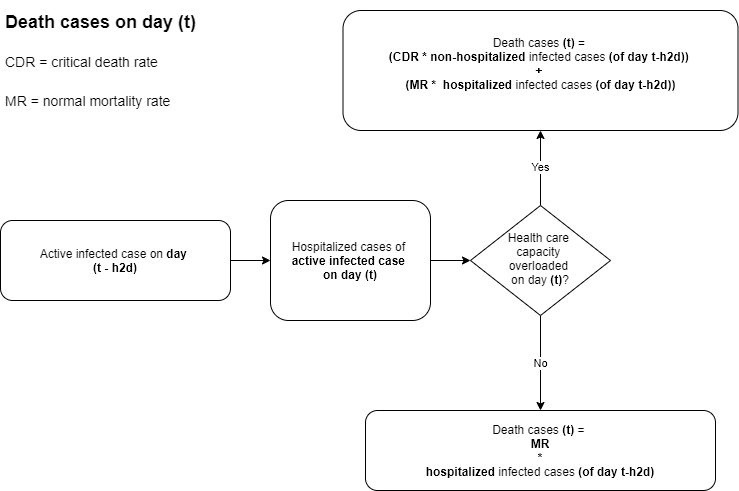
Before: img/death_rate.png, a diagram exported from draw.io (o0oBluePhoenixo0o/COVID_19-Social-Dist-Simulation). Source tidied: cells renumbered, new cells last; positions are measured from the earlier drawing's top-left corner, leaving out a move shared by most shapes.
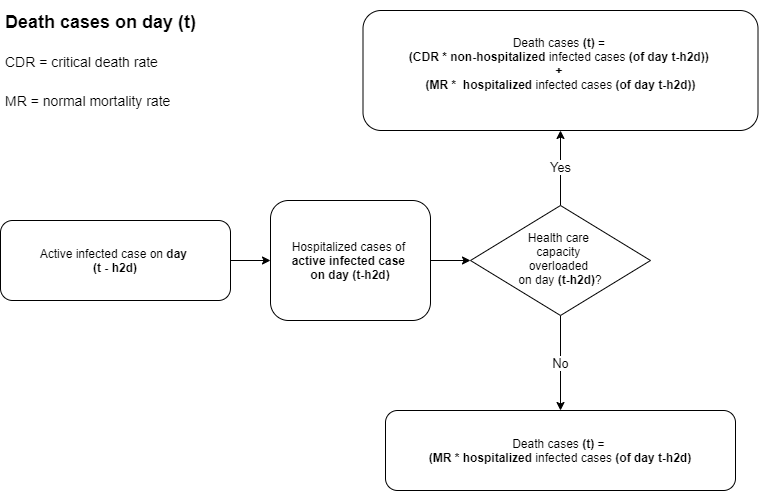
Above is the later version.

Diff of the diagram source:
```diff
@@ -1,35 +1,35 @@
 <mxGraphModel>
   <root>
-    <mxCell id="0" />
-    <mxCell id="1" parent="0" />
-    <mxCell id="2" style="edgeStyle=orthogonalEdgeStyle;rounded=0;jettySize=auto;html=1;" parent="1" edge="1" source="3" target="5">
-      <mxGeometry relative="1" as="geometry" />
-    </mxCell>
+    <mxCell id="12" />
+    <mxCell id="13" parent="12" />
+    <mxCell id="14" style="edgeStyle=orthogonalEdgeStyle;rounded=0;jettySize=auto;html=1;" parent="13" edge="1" source="3" target="16">
+      <mxGeometry relative="1" as="geometry" />
+    </mxCell>
-    <mxCell id="3" value="Active infected case on &lt;b&gt;day &lt;/b&gt;&lt;br&gt;&lt;b&gt;(t - h2d)&lt;/b&gt;" style="rounded=1;whiteSpace=wrap;html=1;fontSize=12;glass=0;strokeWidth=1;shadow=0;" parent="1" vertex="1">
+    <mxCell id="3" value="Active infected case on &lt;b&gt;day &lt;/b&gt;&lt;br&gt;&lt;b&gt;(t - h2d)&lt;/b&gt;" style="rounded=1;whiteSpace=wrap;html=1;fontSize=12;glass=0;strokeWidth=1;shadow=0;" parent="13" vertex="1">
       <mxGeometry y="210" width="230" height="80" as="geometry" />
     </mxCell>
-    <mxCell id="4" style="edgeStyle=orthogonalEdgeStyle;rounded=0;jettySize=auto;html=1;entryX=0;entryY=0.5;entryDx=0;entryDy=0;" parent="1" edge="1" source="5" target="8">
-      <mxGeometry relative="1" as="geometry" />
-    </mxCell>
-    <mxCell id="5" value="Hospitalized cases of &lt;br&gt;&lt;b&gt;active infected case &lt;br&gt;on&lt;/b&gt; &lt;b&gt;day (t)&lt;/b&gt;" style="rounded=1;whiteSpace=wrap;html=1;fontSize=12;glass=0;strokeWidth=1;shadow=0;" parent="1" vertex="1">
-      <mxGeometry x="270" y="190" width="160" height="120" as="geometry" />
-    </mxCell>
+    <mxCell id="15" style="edgeStyle=orthogonalEdgeStyle;rounded=0;jettySize=auto;html=1;entryX=0;entryY=0.5;entryDx=0;entryDy=0;" parent="13" edge="1" source="16" target="17">
+      <mxGeometry relative="1" as="geometry" />
+    </mxCell>
+    <mxCell id="16" value="Hospitalized cases of &lt;br&gt;&lt;b&gt;active infected case &lt;br&gt;on&lt;/b&gt; &lt;b&gt;day (t-h2d)&lt;/b&gt;" style="rounded=1;whiteSpace=wrap;html=1;fontSize=12;glass=0;strokeWidth=1;shadow=0;" parent="13" vertex="1">
+      <mxGeometry x="270" y="190" width="160" height="120" as="geometry" />
+    </mxCell>
-    <mxCell id="6" value="Yes" style="edgeStyle=orthogonalEdgeStyle;rounded=0;jettySize=auto;html=1;entryX=0.5;entryY=1;entryDx=0;entryDy=0;" parent="1" edge="1" source="8" target="9">
+    <mxCell id="6" value="Yes" style="edgeStyle=orthogonalEdgeStyle;rounded=0;jettySize=auto;html=1;entryX=0.5;entryY=1;entryDx=0;entryDy=0;fontSize=13;" parent="13" edge="1" source="17" target="9">
       <mxGeometry relative="1" as="geometry" />
     </mxCell>
-    <mxCell id="7" value="No" style="edgeStyle=orthogonalEdgeStyle;rounded=0;jettySize=auto;html=1;entryX=0.5;entryY=0;entryDx=0;entryDy=0;" parent="1" edge="1" source="8" target="10">
+    <mxCell id="7" value="No" style="edgeStyle=orthogonalEdgeStyle;rounded=0;jettySize=auto;html=1;entryX=0.5;entryY=0;entryDx=0;entryDy=0;fontSize=13;" parent="13" edge="1" source="17" target="18">
       <mxGeometry relative="1" as="geometry" />
     </mxCell>
-    <mxCell id="8" value="Health care &lt;br&gt;capacity &lt;br&gt;overloaded &lt;br&gt;on day &lt;b&gt;(t)&lt;/b&gt;?" style="rhombus;whiteSpace=wrap;html=1;shadow=0;fontFamily=Helvetica;fontSize=12;align=center;strokeWidth=1;spacing=6;spacingTop=-4;" parent="1" vertex="1">
-      <mxGeometry x="470" y="195" width="140" height="110" as="geometry" />
-    </mxCell>
+    <mxCell id="17" value="Health care &lt;br&gt;capacity &lt;br&gt;overloaded &lt;br&gt;on day &lt;b&gt;(t-h2d)&lt;/b&gt;?" style="rhombus;whiteSpace=wrap;html=1;shadow=0;fontFamily=Helvetica;fontSize=12;align=center;strokeWidth=1;spacing=6;spacingTop=-4;" parent="13" vertex="1">
+      <mxGeometry x="470" y="195" width="180" height="110" as="geometry" />
+    </mxCell>
-    <mxCell id="9" value="Death cases &lt;b&gt;(t)&lt;/b&gt; = &lt;br&gt;&lt;b&gt;(CDR&lt;/b&gt;&amp;nbsp;&lt;b&gt;* non-hospitalized&amp;nbsp;&lt;/b&gt;infected cases &lt;b&gt;(of day t-h2d)) &lt;br&gt;+ &lt;br&gt;(&lt;/b&gt;&lt;b&gt;MR&lt;/b&gt;&amp;nbsp;&lt;b&gt;*&amp;nbsp; hospitalized&amp;nbsp;&lt;/b&gt;infected cases&amp;nbsp;&lt;b&gt;(of day t-h2d))&lt;/b&gt;&lt;b&gt;&lt;br&gt;&amp;nbsp;&lt;/b&gt;" style="rounded=1;whiteSpace=wrap;html=1;" parent="1" vertex="1">
-      <mxGeometry x="342.5" width="395" height="120" as="geometry" />
+    <mxCell id="9" value="Death cases &lt;b&gt;(t)&lt;/b&gt; = &lt;br&gt;&lt;b&gt;(CDR&lt;/b&gt;&amp;nbsp;&lt;b&gt;* non-hospitalized&amp;nbsp;&lt;/b&gt;infected cases &lt;b&gt;(of day t-h2d)) &lt;br&gt;+ &lt;br&gt;(&lt;/b&gt;&lt;b&gt;MR&lt;/b&gt;&amp;nbsp;&lt;b&gt;*&amp;nbsp; hospitalized&amp;nbsp;&lt;/b&gt;infected cases&amp;nbsp;&lt;b&gt;(of day t-h2d))&lt;/b&gt;&lt;b&gt;&lt;br&gt;&amp;nbsp;&lt;/b&gt;" style="rounded=1;whiteSpace=wrap;html=1;" parent="13" vertex="1">
+      <mxGeometry x="362.5" width="395" height="120" as="geometry" />
     </mxCell>
-    <mxCell id="10" value="Death cases &lt;b&gt;(t) &lt;/b&gt;= &lt;br&gt;&lt;b&gt;MR&lt;/b&gt;&lt;br&gt;&lt;b&gt;*&lt;br&gt;hospitalized&amp;nbsp;&lt;/b&gt;infected cases &lt;b&gt;(of day t-h2d)&lt;/b&gt;" style="rounded=1;whiteSpace=wrap;html=1;" parent="1" vertex="1">
-      <mxGeometry x="365" y="400" width="350" height="80" as="geometry" />
-    </mxCell>
+    <mxCell id="18" value="Death cases &lt;b&gt;(t) &lt;/b&gt;= &lt;br&gt;&lt;b&gt;(MR&amp;nbsp;&lt;/b&gt;&lt;b&gt;* hospitalized&amp;nbsp;&lt;/b&gt;infected cases &lt;b&gt;(of day t-h2d)&lt;/b&gt;" style="rounded=1;whiteSpace=wrap;html=1;" parent="13" vertex="1">
+      <mxGeometry x="385" y="400" width="350" height="80" as="geometry" />
+    </mxCell>
-    <mxCell id="11" value="&lt;h1 style=&quot;font-size: 18px&quot;&gt;Death cases on day (t)&lt;/h1&gt;&lt;p&gt;&lt;span style=&quot;font-size: 14px&quot;&gt;CDR = critical death rate&lt;/span&gt;&lt;/p&gt;&lt;p&gt;&lt;span style=&quot;font-size: 14px&quot;&gt;MR = normal mortality rate&lt;/span&gt;&lt;/p&gt;" style="text;html=1;strokeColor=none;fillColor=none;spacing=5;spacingTop=-20;whiteSpace=wrap;overflow=hidden;rounded=0;fontSize=18;" parent="1" vertex="1">
+    <mxCell id="11" value="&lt;h1 style=&quot;font-size: 18px&quot;&gt;Death cases on day (t)&lt;/h1&gt;&lt;p&gt;&lt;span style=&quot;font-size: 14px&quot;&gt;CDR = critical death rate&lt;/span&gt;&lt;/p&gt;&lt;p&gt;&lt;span style=&quot;font-size: 14px&quot;&gt;MR = normal mortality rate&lt;/span&gt;&lt;/p&gt;" style="text;html=1;strokeColor=none;fillColor=none;spacing=5;spacingTop=-20;whiteSpace=wrap;overflow=hidden;rounded=0;fontSize=18;" parent="13" vertex="1">
       <mxGeometry width="320" height="160" as="geometry" />
     </mxCell>
   </root>
```
